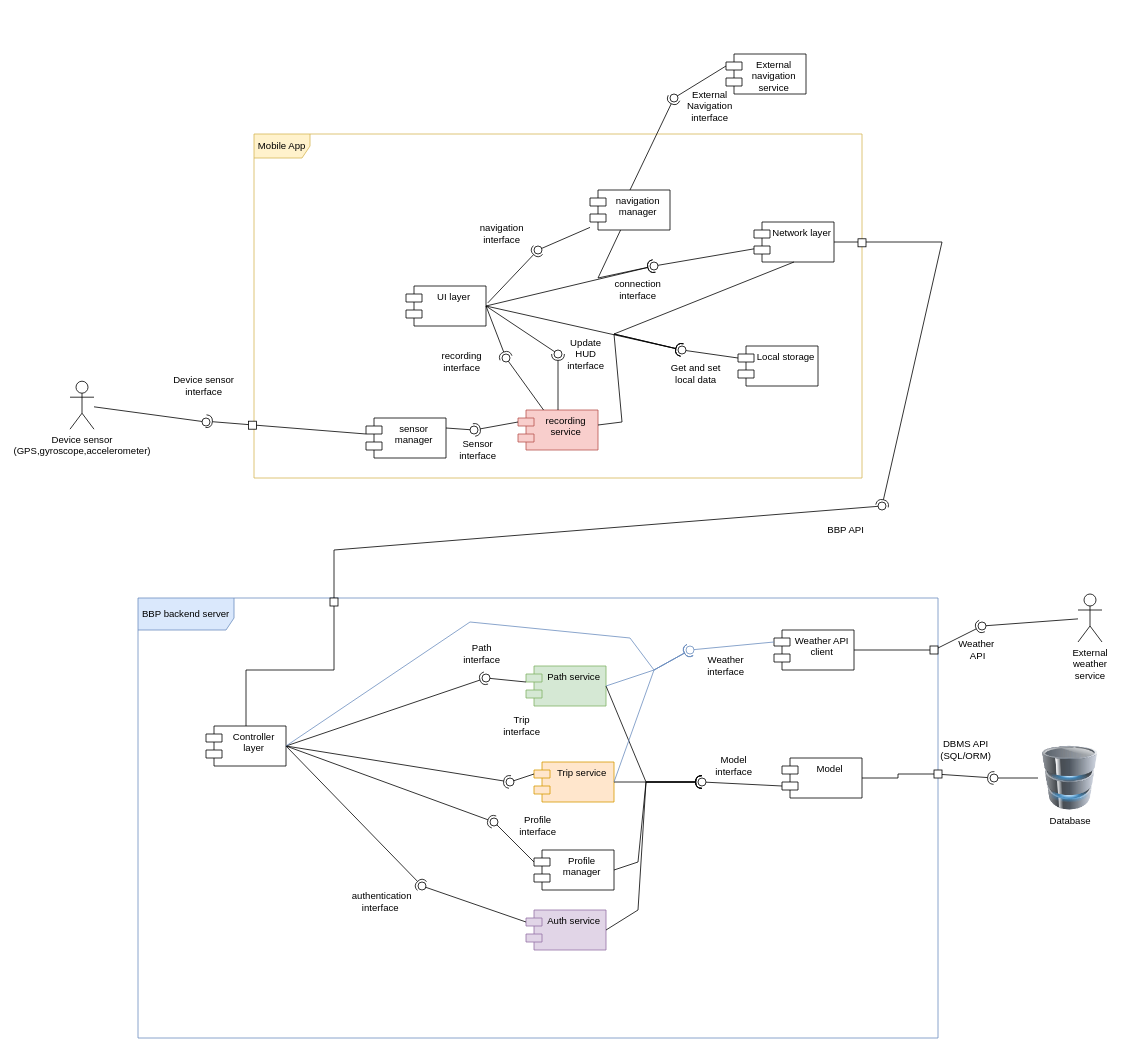
The draw.io diagram page "Complete_low_level_diagram" (3 of 7) of DD/LaTeXCode/images/drawio/Component_diagram.drawio in jacopobellosi/Bellosi-Montanelli-Tempobono, before the edit. Source tidied: cells renumbered, new cells numbered last; positions are measured from the earlier drawing's top-left corner, leaving out a move shared by most shapes. Both pictures are drawn from the tidied source at 80%, with x=0, y=0 at pixel (70, 54).
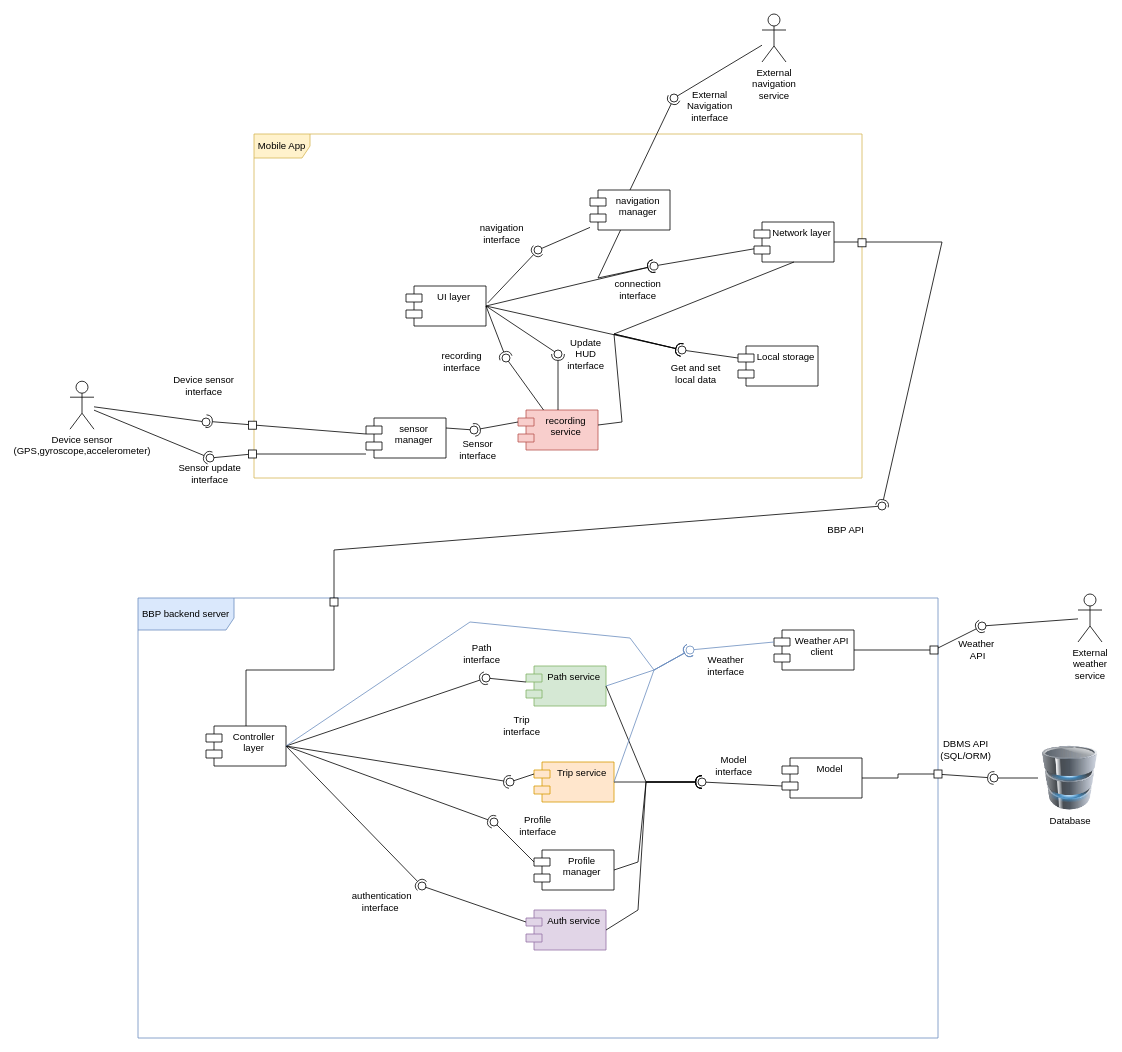
After the change.

Unchanged cells that the change refers to:
```xml
<mxCell id="59" value="sensor manager" style="shape=module;align=left;spacingLeft=20;align=center;verticalAlign=top;whiteSpace=wrap;html=1;" parent="1" vertex="1">
  <mxGeometry x="370" y="455" width="100" height="50" as="geometry" />
</mxCell>
<mxCell id="94" style="ellipse;whiteSpace=wrap;html=1;align=center;fillColor=none;strokeColor=none;perimeter=centerPerimeter;points=[];outlineConnect=1;" parent="1" vertex="1">
  <mxGeometry x="750" y="50" width="10" height="10" as="geometry" />
</mxCell>
<mxCell id="119" value="&lt;span style=&quot;text-wrap-mode: wrap;&quot;&gt;Device sensor&lt;/span&gt;&lt;br style=&quot;text-wrap-mode: wrap;&quot;&gt;&lt;span style=&quot;text-wrap-mode: wrap;&quot;&gt;(GPS,gyroscope,accelerometer)&lt;/span&gt;" style="shape=umlActor;verticalLabelPosition=bottom;verticalAlign=top;html=1;outlineConnect=0;" parent="1" vertex="1">
  <mxGeometry y="409" width="30" height="60" as="geometry" />
</mxCell>
```

Diff of the diagram source:
```diff
@@
-    <mxCell id="3" value="External navigation service" style="shape=module;align=left;spacingLeft=20;align=center;verticalAlign=top;whiteSpace=wrap;html=1;" parent="1" vertex="1">
-      <mxGeometry x="820" width="100" height="50" as="geometry" />
-    </mxCell>
@@
-    <mxCell id="93" style="rounded=0;jettySize=auto;html=1;endArrow=oval;endFill=0;sketch=0;sourcePerimeterSpacing=0;targetPerimeterSpacing=0;endSize=10;exitX=0;exitY=0;exitDx=0;exitDy=15;exitPerimeter=0;" parent="1" edge="1" source="3" target="94">
+    <mxCell id="93" style="rounded=0;jettySize=auto;html=1;endArrow=oval;endFill=0;sketch=0;sourcePerimeterSpacing=0;targetPerimeterSpacing=0;endSize=10;" parent="1" edge="1" source="3" target="94">
       <mxGeometry relative="1" as="geometry" />
     </mxCell>
@@
+    <mxCell id="3" value="&lt;span style=&quot;text-wrap-mode: wrap;&quot;&gt;External navigation service&lt;/span&gt;" style="shape=umlActor;verticalLabelPosition=bottom;verticalAlign=top;html=1;outlineConnect=0;" parent="1" vertex="1">
+      <mxGeometry x="865" y="-50" width="30" height="60" as="geometry" />
+    </mxCell>
+    <mxCell id="123" style="rounded=0;jettySize=auto;html=1;endArrow=halfCircle;endFill=0;endSize=6;strokeWidth=1;sketch=0;" parent="1" edge="1" source="119" target="125">
+      <mxGeometry relative="1" as="geometry" />
+    </mxCell>
+    <mxCell id="124" style="rounded=0;jettySize=auto;html=1;endArrow=oval;endFill=0;sketch=0;sourcePerimeterSpacing=0;targetPerimeterSpacing=0;endSize=10;" parent="1" edge="1" source="128" target="125">
+      <mxGeometry relative="1" as="geometry" />
+    </mxCell>
+    <mxCell id="125" style="ellipse;whiteSpace=wrap;html=1;align=center;fillColor=none;strokeColor=none;perimeter=centerPerimeter;points=[];outlineConnect=1;" parent="1" vertex="1">
+      <mxGeometry x="170" y="500" width="10" height="10" as="geometry" />
+    </mxCell>
+    <mxCell id="126" value="Sensor update interface" style="text;html=1;whiteSpace=wrap;strokeColor=none;fillColor=none;align=center;verticalAlign=middle;rounded=0;" parent="1" vertex="1">
+      <mxGeometry x="130" y="510" width="90" height="30" as="geometry" />
+    </mxCell>
+    <mxCell id="127" style="edgeStyle=orthogonalEdgeStyle;rounded=0;jettySize=auto;html=1;endArrow=none;endFill=0;" parent="1" edge="1" source="128" target="59">
+      <mxGeometry relative="1" as="geometry">
+        <Array as="points">
+          <mxPoint x="330" y="500" />
+          <mxPoint x="330" y="500" />
+        </Array>
+      </mxGeometry>
+    </mxCell>
+    <mxCell id="128" style="rounded=0;whiteSpace=wrap;html=1;" parent="1" vertex="1">
+      <mxGeometry x="223" y="495" width="10" height="10" as="geometry" />
+    </mxCell>
```
